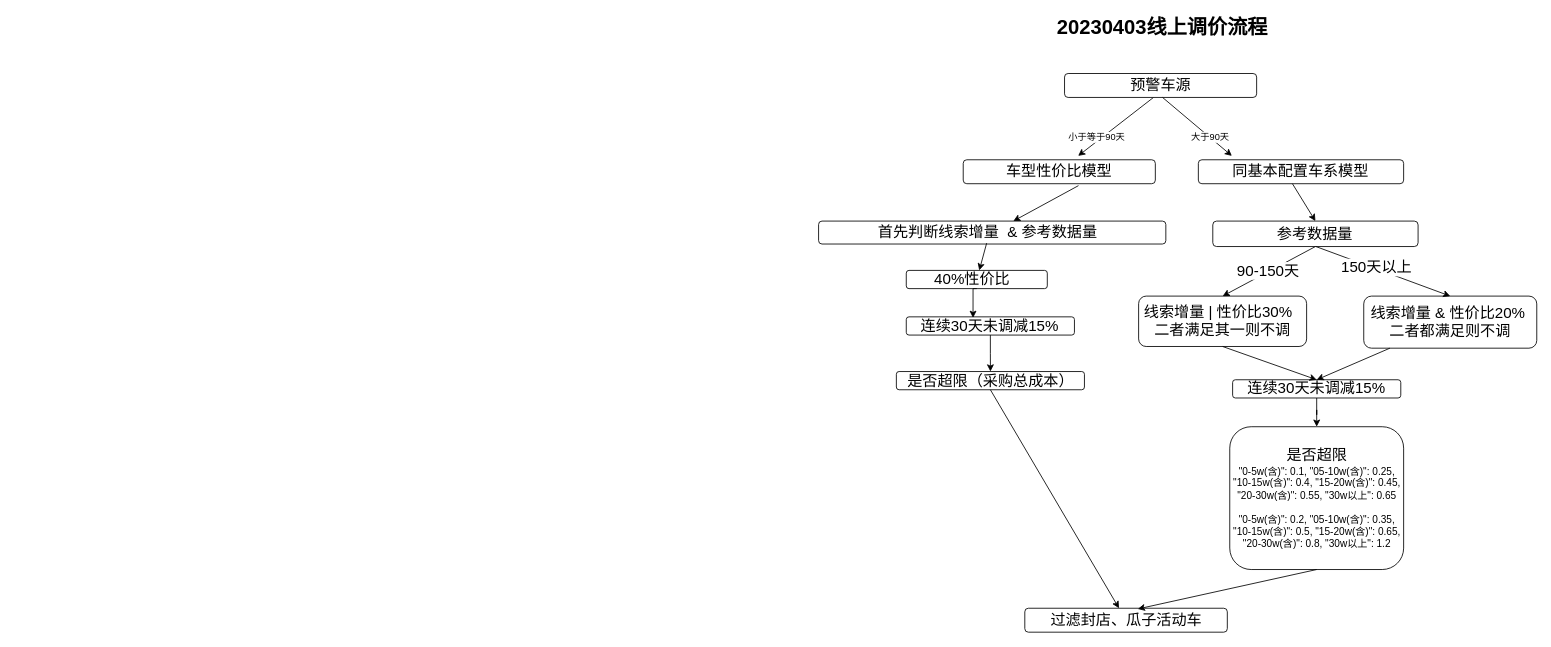
mrlonely001/gittest keeps this draw.io diagram as 20221219调价流程.drawio. Above is the earlier version. Source tidied: cells renumbered, new cells numbered last; positions are measured from the earlier drawing's top-left corner, leaving out a move shared by most shapes. Both pictures are drawn from the tidied source at 84%, with x=0, y=0 at pixel (818, 14).
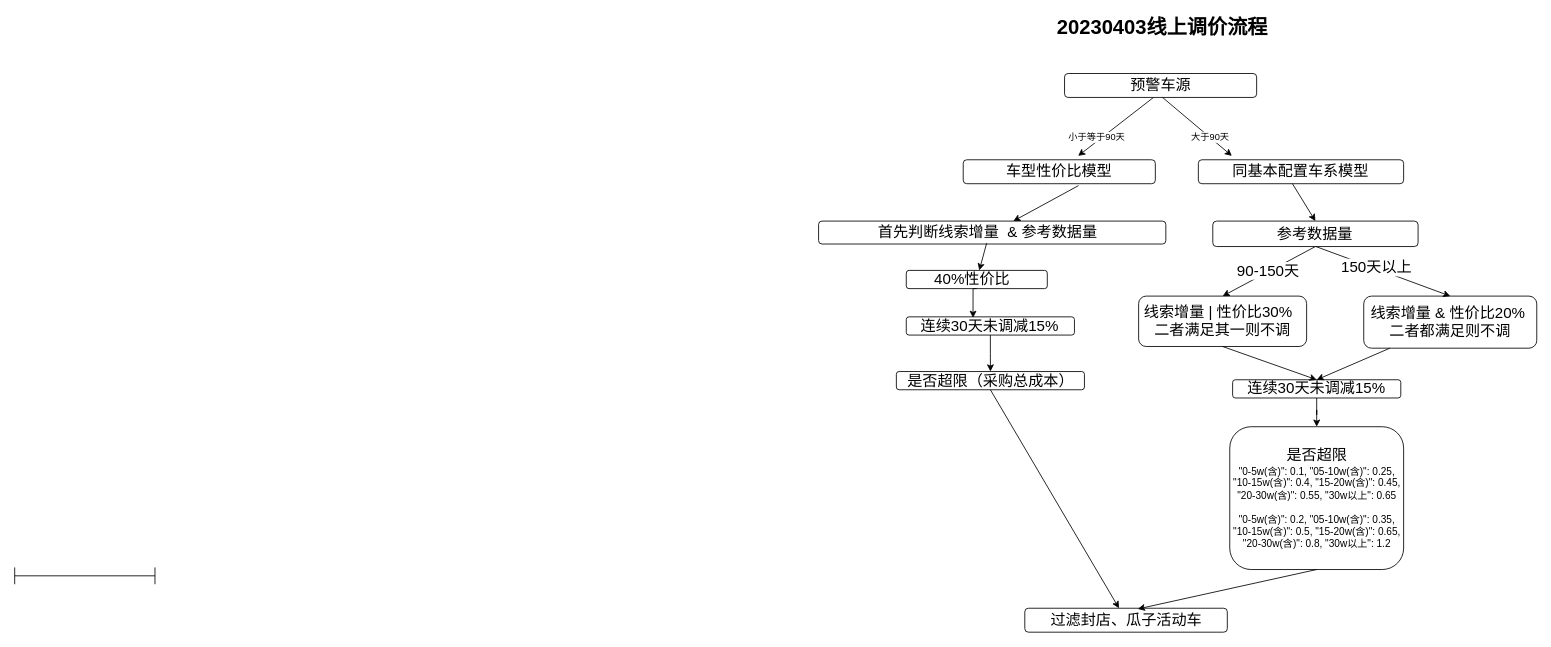
Above is the later version.

Diff of the diagram source:
```diff
@@
+    <mxCell id="34" style="shape=crossbar;whiteSpace=wrap;html=1;rounded=1;" parent="1" vertex="1">
+      <mxGeometry x="-957" y="658" width="167" height="20" as="geometry" />
+    </mxCell>
```
